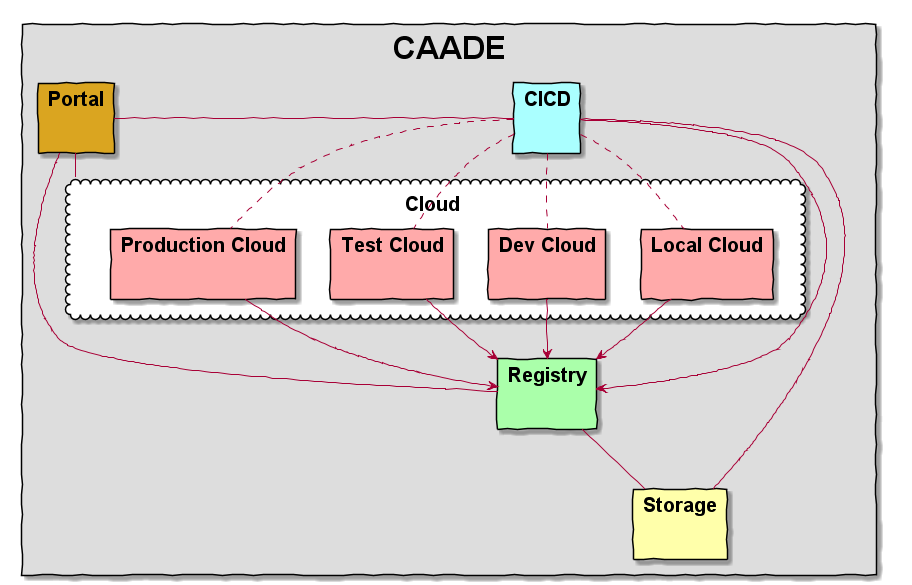
The PlantUML diagram docs/Architecture.png in CAADE/CAADE, before a commit.
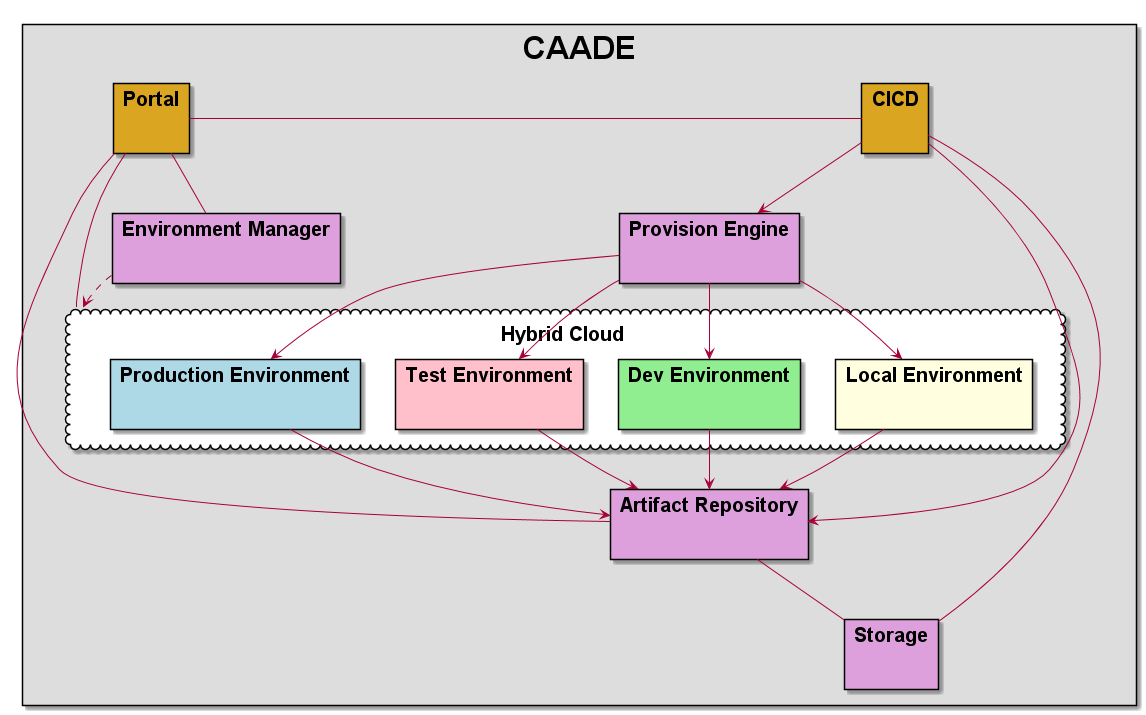
Later version of the same file.

Diff of the diagram source:
```diff
@@ -1,36 +1,42 @@
 @startuml
 
 skinparam packageStyle rect
-skinparam handwritten true
 skinparam defaultFontSize 20
 
 package <size:32>CAADE</size> #dddddd {
-    package Portal goldenrod { }
-    package "CICD" #aaffff { }
-    package "Storage" #ffffaa { }
-    package "Registry" #aaffaa { }
-    cloud "Cloud" #ffffff {
-        package "Local Cloud" #ffaaaa { }
-        package "Dev Cloud" #ffaaaa { }
-        package "Test Cloud" #ffaaaa { }
-        package "Production Cloud" #ffaaaa { }
+    package Portal #goldenrod { }
+    package "CICD" #goldenrod { }
+    package "Storage" #plum { }
+    package "Artifact Repository" as AR #plum { }
+    package "Environment Manager" as EM #plum { }
+    package "Provision Engine" as PE  #plum { }
+    cloud "Hybrid Cloud" as HC #ffffff {
+        package "Local Environment" as LEnv #lightyellow { }
+        package "Dev Environment" as DEnv #lightgreen { }
+        package "Test Environment" as TEnv #pink { }
+        package "Production Environment" as PEnv #lightblue { }
     }
 }
 
 Portal - CICD
-Portal - Registry
-Portal - Cloud
+Portal -- EM
+CICD --> PE
 
-CICD -> Registry
-"Local Cloud" --> Registry
-"Dev Cloud" --> Registry
-"Test Cloud" --> Registry
-"Production Cloud" --> Registry
-Registry -- Storage
+EM ..> HC
+
+PE --> LEnv
+PE --> DEnv
+PE --> TEnv
+PE --> PEnv
+Portal - AR
+Portal - HC
+
+CICD -> AR
+LEnv --> AR
+DEnv --> AR
+TEnv --> AR
+PEnv --> AR
+AR -- Storage
 CICD -- Storage
-CICD .. "Local Cloud"
-CICD .. "Dev Cloud"
-CICD .. "Test Cloud"
-CICD .. "Production Cloud"
 
 @enduml
```
